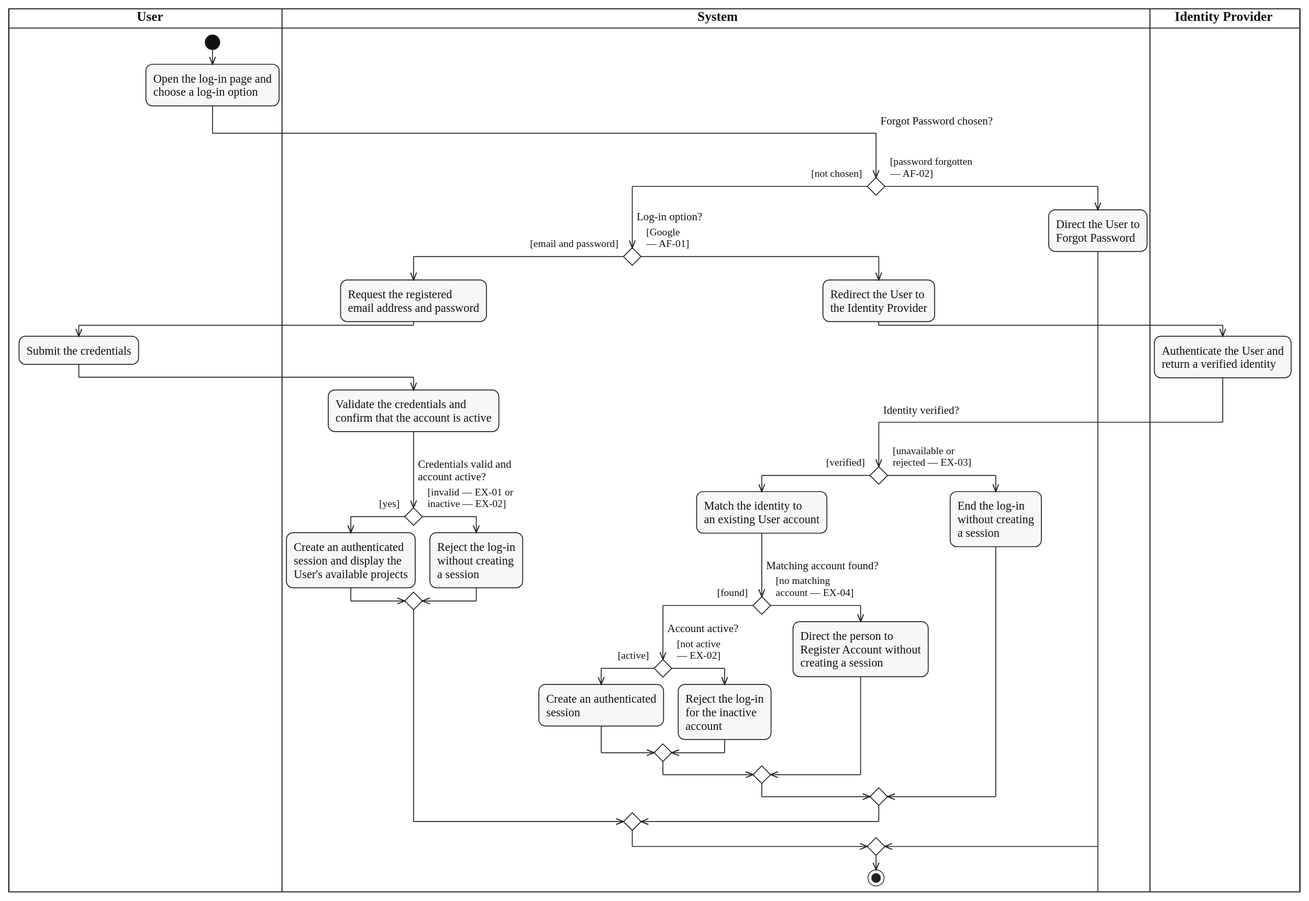
Above: diagrams/activity/account-authentication/svg/UC-SIGN-IN.svg in lukenab/swd392-doc-automation (PlantUML), before the change. Its source is kept beside it as diagrams/activity/account-authentication/source/UC-SIGN-IN.puml.
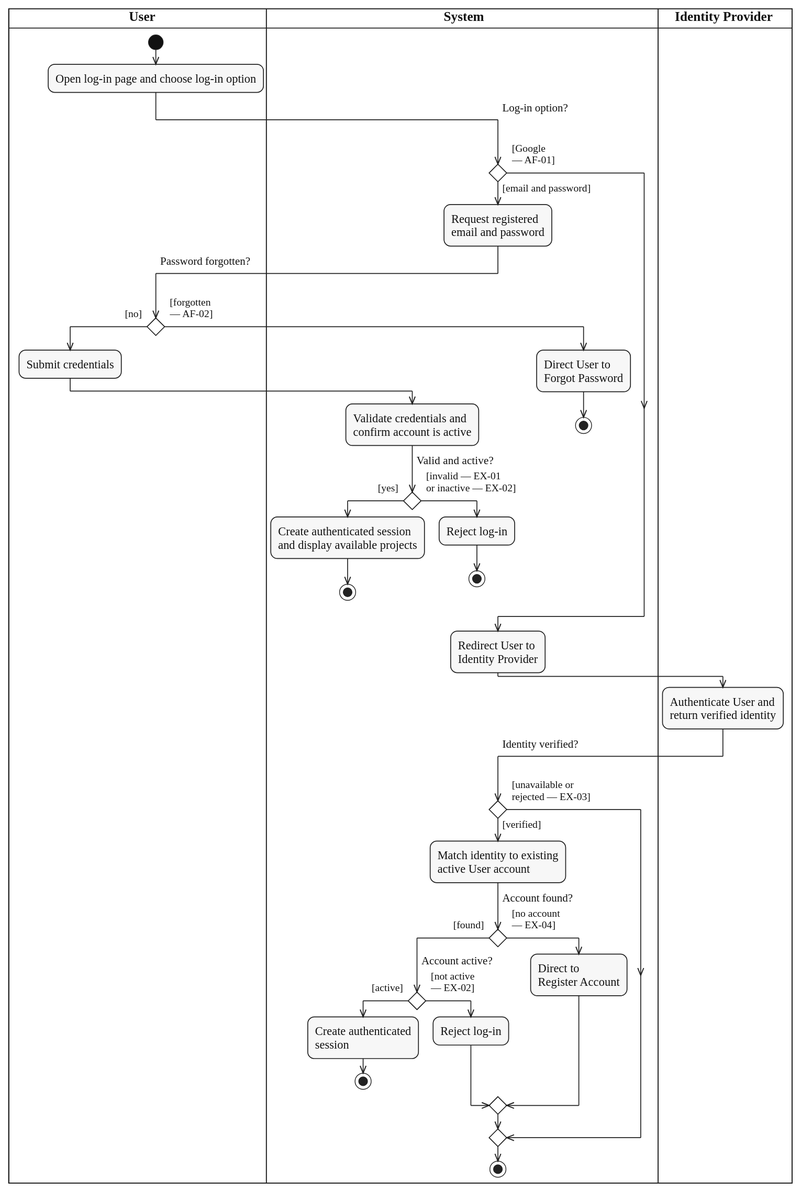
After the commit.

What changed in the source:
```diff
@@ -6,60 +6,56 @@
 
 |USR|
 start
-:Open the log-in page and
-choose a log-in option;
+:Open log-in page and choose log-in option;
 |SYS|
-if ($question_x("Forgot Password chosen?")) then ($guard_left("[not chosen]"))
-  if ($question("Log-in option?")) then ($guard_left("[email and password]"))
-    :Request the registered
-    email address and password;
-    |USR|
-    :Submit the credentials;
+if ($question_x("Log-in option?")) then ($guard_left("[email and password]"))
+  :Request registered
+  email and password;
+  |USR|
+  if ($question_x("Password forgotten?")) then ($guard_left("[no]"))
+    :Submit credentials;
     |SYS|
-    :Validate the credentials and
-    confirm that the account is active;
-    if ($question("Credentials valid and\naccount active?")) then ($guard_left("[yes]"))
-      :Create an authenticated
-      session and display the
-      User's available projects;
-    else ($guard_right("[invalid — EX-01 or", "inactive — EX-02]"))
-      :Reject the log-in
-      without creating
-      a session;
+    :Validate credentials and
+    confirm account is active;
+    if ($question("Valid and active?")) then ($guard_left("[yes]"))
+      :Create authenticated session
+      and display available projects;
+      stop
+    else ($guard_right("[invalid — EX-01", "or inactive — EX-02]"))
+      :Reject log-in;
+      stop
     endif
-  else ($guard_right("[Google", "— AF-01]"))
-    :Redirect the User to
-    the Identity Provider;
-    |IDP|
-    :Authenticate the User and
-    return a verified identity;
+  else ($guard_right("[forgotten", "— AF-02]"))
     |SYS|
-    if ($question_x("Identity verified?")) then ($guard_left("[verified]"))
-      :Match the identity to
-      an existing User account;
-      if ($question("Matching account found?")) then ($guard_left("[found]"))
-        if ($question("Account active?")) then ($guard_left("[active]"))
-          :Create an authenticated
-          session;
-        else ($guard_right("[not active", "— EX-02]"))
-          :Reject the log-in
-          for the inactive
-          account;
-        endif
-      else ($guard_right("[no matching", "account — EX-04]"))
-        :Direct the person to
-        Register Account without
-        creating a session;
-      endif
-    else ($guard_right("[unavailable or", "rejected — EX-03]"))
-      :End the log-in
-      without creating
-      a session;
+    :Direct User to
+    Forgot Password;
+    stop
+  endif
+else ($guard_right("[Google", "— AF-01]"))
+endif
+|SYS|
+:Redirect User to
+Identity Provider;
+|IDP|
+:Authenticate User and
+return verified identity;
+|SYS|
+if ($question_x("Identity verified?")) then ($guard_left("[verified]"))
+  :Match identity to existing
+  active User account;
+  if ($question("Account found?")) then ($guard_left("[found]"))
+    if ($question("Account active?")) then ($guard_left("[active]"))
+      :Create authenticated
+      session;
+      stop
+    else ($guard_right("[not active", "— EX-02]"))
+      :Reject log-in;
     endif
+  else ($guard_right("[no account", "— EX-04]"))
+    :Direct to
+    Register Account;
   endif
-else ($guard_right("[password forgotten", "— AF-02]"))
-  :Direct the User to
-  Forgot Password;
+else ($guard_right("[unavailable or", "rejected — EX-03]"))
 endif
 |SYS|
 stop
```
